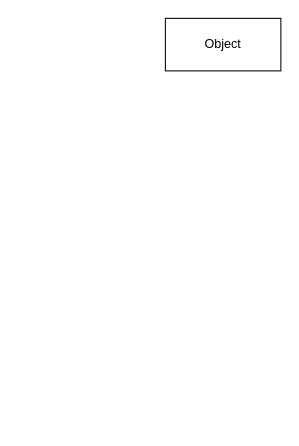
Above: 未命名绘图.drawio in 791620110/791620110.github.io (draw.io), before the change. Source tidied: cells renumbered, new cells numbered last; positions are measured from the earlier drawing's top-left corner, leaving out a move shared by most shapes. Both pictures are drawn from the tidied source at 105%, with x=0, y=0 at pixel (165, 18).
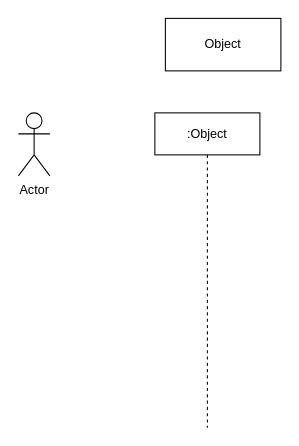
After the change.

Commit message (it also covers changes not shown here):
更新未命名绘图.drawio

Diff of the diagram source:
```diff
@@
 <mxGraphModel>
   <root>
     <mxCell id="0" />
     <mxCell id="1" parent="0" />
     <mxCell id="2" value="Object" style="html=1;whiteSpace=wrap;" parent="1" vertex="1">
       <mxGeometry width="110" height="50" as="geometry" />
     </mxCell>
+    <mxCell id="3" value="Actor" style="shape=umlActor;verticalLabelPosition=bottom;verticalAlign=top;html=1;" parent="1" vertex="1">
+      <mxGeometry x="-140" y="90" width="30" height="60" as="geometry" />
+    </mxCell>
+    <mxCell id="4" value=":Object" style="shape=umlLifeline;perimeter=lifelinePerimeter;whiteSpace=wrap;html=1;newEdgeStyle={&quot;curved&quot;:0,&quot;rounded&quot;:0};" parent="1" vertex="1">
+      <mxGeometry x="-10" y="90" width="100" height="300" as="geometry" />
+    </mxCell>
   </root>
 </mxGraphModel>
```
